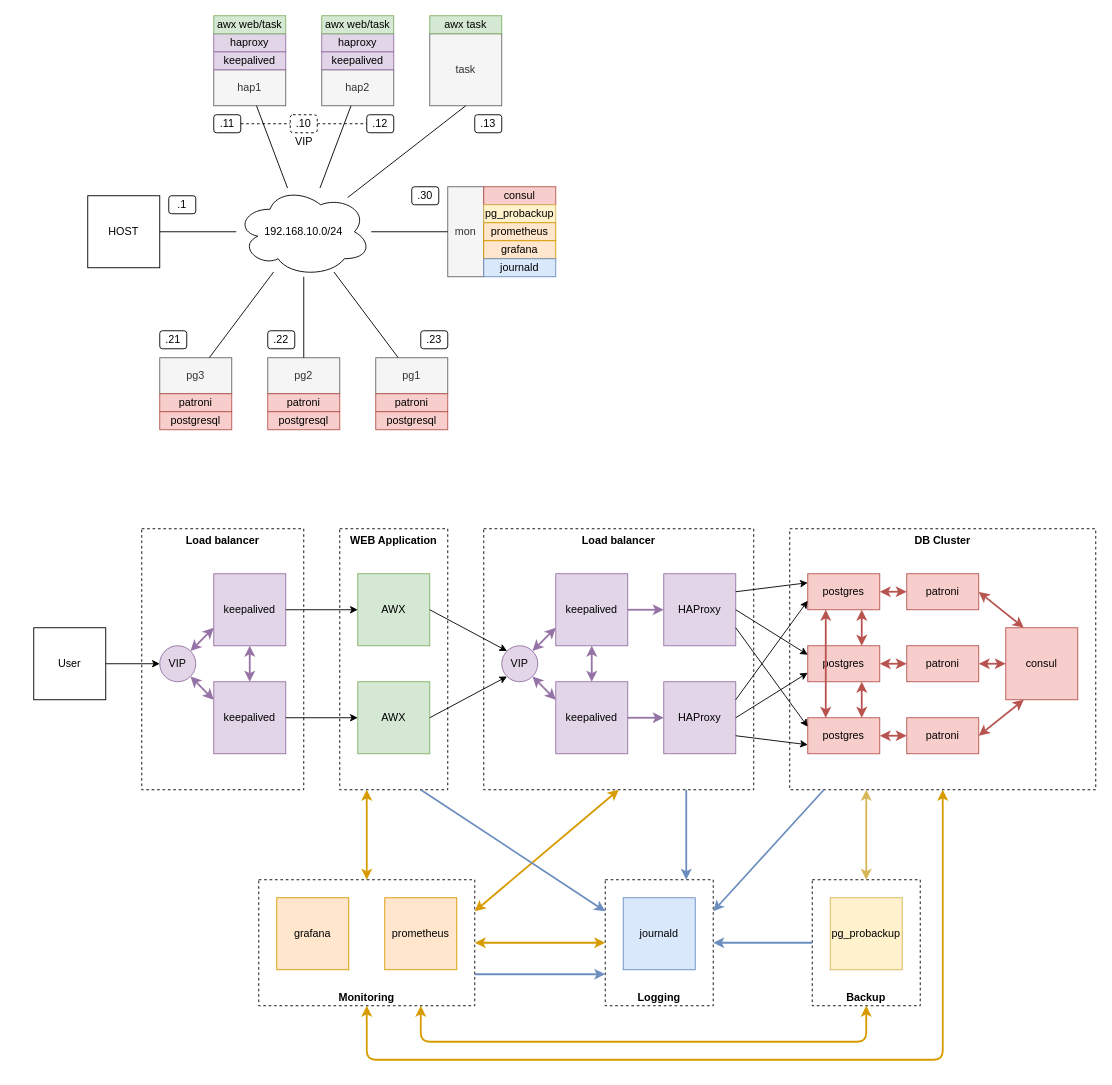
The draw.io diagram project/diagrams.drawio in gs1571/otus-linux, before the edit. Source tidied: cells renumbered, new cells numbered last; positions are measured from the earlier drawing's top-left corner, leaving out a move shared by most shapes. Both pictures are drawn from the tidied source at 90%, with x=0, y=0 at pixel (33, 15).
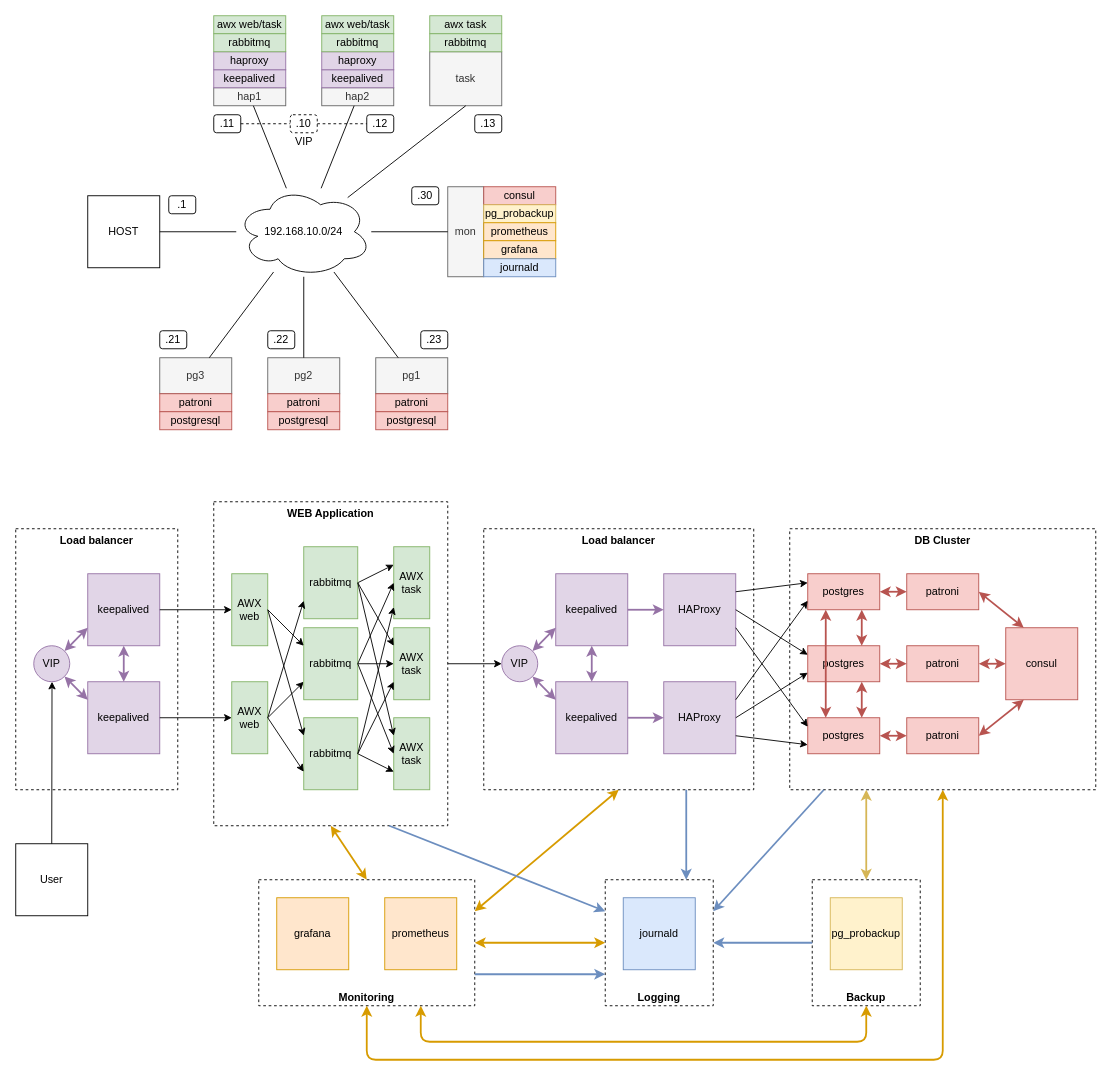
The same page after the edit.

Unchanged cells that the change refers to:
```xml
<mxCell id="49" value="Monitoring" style="rounded=0;whiteSpace=wrap;html=1;dashed=1;fillColor=none;verticalAlign=bottom;fontStyle=1;" parent="1" vertex="1">
  <mxGeometry x="250" y="960" width="240" height="140" as="geometry" />
</mxCell>
<mxCell id="112" value="VIP" style="ellipse;whiteSpace=wrap;html=1;fillColor=#e1d5e7;strokeColor=#9673a6;" parent="1" vertex="1">
  <mxGeometry x="520" y="700" width="40" height="40" as="geometry" />
</mxCell>
```

What changed in the source:
```diff
@@
     <mxCell id="4" value="hap1" style="rounded=0;whiteSpace=wrap;html=1;fillColor=#f5f5f5;strokeColor=#666666;fontColor=#333333;" parent="1" vertex="1">
-      <mxGeometry x="200" y="60" width="80" height="40" as="geometry" />
+      <mxGeometry x="200" y="80" width="80" height="20" as="geometry" />
     </mxCell>
     <mxCell id="5" value="hap2" style="rounded=0;whiteSpace=wrap;html=1;fillColor=#f5f5f5;strokeColor=#666666;fontColor=#333333;" parent="1" vertex="1">
-      <mxGeometry x="320" y="60" width="80" height="40" as="geometry" />
+      <mxGeometry x="320" y="80" width="80" height="20" as="geometry" />
     </mxCell>
@@
     <mxCell id="33" value="keepalived" style="rounded=0;whiteSpace=wrap;html=1;fillColor=#e1d5e7;strokeColor=#9673a6;" parent="1" vertex="1">
-      <mxGeometry x="200" y="40" width="80" height="20" as="geometry" />
+      <mxGeometry x="200" y="60" width="80" height="20" as="geometry" />
     </mxCell>
     <mxCell id="34" value="keepalived" style="rounded=0;whiteSpace=wrap;html=1;fillColor=#e1d5e7;strokeColor=#9673a6;" parent="1" vertex="1">
-      <mxGeometry x="320" y="40" width="80" height="20" as="geometry" />
+      <mxGeometry x="320" y="60" width="80" height="20" as="geometry" />
     </mxCell>
     <mxCell id="35" value="haproxy" style="rounded=0;whiteSpace=wrap;html=1;fillColor=#e1d5e7;strokeColor=#9673a6;" parent="1" vertex="1">
-      <mxGeometry x="200" y="20" width="80" height="20" as="geometry" />
+      <mxGeometry x="200" y="40" width="80" height="20" as="geometry" />
     </mxCell>
     <mxCell id="36" value="haproxy" style="rounded=0;whiteSpace=wrap;html=1;fillColor=#e1d5e7;strokeColor=#9673a6;" parent="1" vertex="1">
-      <mxGeometry x="320" y="20" width="80" height="20" as="geometry" />
+      <mxGeometry x="320" y="40" width="80" height="20" as="geometry" />
     </mxCell>
@@
     <mxCell id="45" value="Load balancer" style="rounded=0;whiteSpace=wrap;html=1;dashed=1;fillColor=none;verticalAlign=top;fontStyle=1;" parent="1" vertex="1">
-      <mxGeometry x="120" y="570" width="180" height="290" as="geometry" />
+      <mxGeometry x="-20" y="570" width="180" height="290" as="geometry" />
     </mxCell>
     <mxCell id="46" value="WEB Application" style="rounded=0;whiteSpace=wrap;html=1;dashed=1;fillColor=none;verticalAlign=top;fontStyle=1;" parent="1" vertex="1">
-      <mxGeometry x="340" y="570" width="120" height="290" as="geometry" />
+      <mxGeometry x="200" y="540" width="260" height="360" as="geometry" />
     </mxCell>
@@
     <mxCell id="52" value="User" style="rounded=0;whiteSpace=wrap;html=1;" parent="1" vertex="1">
-      <mxGeometry y="680" width="80" height="80" as="geometry" />
+      <mxGeometry x="-20" y="920" width="80" height="80" as="geometry" />
     </mxCell>
     <mxCell id="53" value="keepalived" style="rounded=0;whiteSpace=wrap;html=1;fillColor=#e1d5e7;strokeColor=#9673a6;" parent="1" vertex="1">
-      <mxGeometry x="200" y="740" width="80" height="80" as="geometry" />
+      <mxGeometry x="60" y="740" width="80" height="80" as="geometry" />
     </mxCell>
     <mxCell id="54" value="keepalived" style="rounded=0;whiteSpace=wrap;html=1;fillColor=#e1d5e7;strokeColor=#9673a6;" parent="1" vertex="1">
-      <mxGeometry x="200" y="620" width="80" height="80" as="geometry" />
+      <mxGeometry x="60" y="620" width="80" height="80" as="geometry" />
     </mxCell>
@@
-    <mxCell id="56" style="endArrow=classic;html=1;exitX=1;exitY=0.5;exitDx=0;exitDy=0;" parent="1" edge="1" source="52" target="109">
+    <mxCell id="56" style="endArrow=classic;html=1;exitX=0.5;exitY=0;exitDx=0;exitDy=0;" parent="1" edge="1" source="52" target="109">
       <mxGeometry relative="1" as="geometry" />
     </mxCell>
-    <mxCell id="57" value="AWX" style="rounded=0;whiteSpace=wrap;html=1;fillColor=#d5e8d4;strokeColor=#82b366;" parent="1" vertex="1">
-      <mxGeometry x="360" y="620" width="80" height="80" as="geometry" />
+    <mxCell id="57" value="AWX&lt;br&gt;web" style="rounded=0;whiteSpace=wrap;html=1;fillColor=#d5e8d4;strokeColor=#82b366;" parent="1" vertex="1">
+      <mxGeometry x="220" y="620" width="40" height="80" as="geometry" />
     </mxCell>
-    <mxCell id="58" value="AWX" style="rounded=0;whiteSpace=wrap;html=1;fillColor=#d5e8d4;strokeColor=#82b366;" parent="1" vertex="1">
-      <mxGeometry x="360" y="740" width="80" height="80" as="geometry" />
+    <mxCell id="58" value="AWX&lt;br&gt;web" style="rounded=0;whiteSpace=wrap;html=1;fillColor=#d5e8d4;strokeColor=#82b366;" parent="1" vertex="1">
+      <mxGeometry x="220" y="740" width="40" height="80" as="geometry" />
     </mxCell>
@@
-    <mxCell id="92" style="endArrow=classic;html=1;exitX=0.5;exitY=0;exitDx=0;exitDy=0;entryX=0.25;entryY=1;entryDx=0;entryDy=0;fillColor=#ffe6cc;strokeColor=#d79b00;strokeWidth=2;startArrow=classic;startFill=1;" parent="1" edge="1" source="49" target="46">
+    <mxCell id="92" style="endArrow=classic;html=1;exitX=0.5;exitY=0;exitDx=0;exitDy=0;entryX=0.5;entryY=1;entryDx=0;entryDy=0;fillColor=#ffe6cc;strokeColor=#d79b00;strokeWidth=2;startArrow=classic;startFill=1;" parent="1" edge="1" source="49" target="46">
       <mxGeometry relative="1" as="geometry" />
     </mxCell>
@@
     <mxCell id="105" value="task" style="rounded=0;whiteSpace=wrap;html=1;fillColor=#f5f5f5;strokeColor=#666666;fontColor=#333333;" parent="1" vertex="1">
-      <mxGeometry x="440" y="20" width="80" height="80" as="geometry" />
+      <mxGeometry x="440" y="40" width="80" height="60" as="geometry" />
     </mxCell>
@@
     <mxCell id="109" value="VIP" style="ellipse;whiteSpace=wrap;html=1;fillColor=#e1d5e7;strokeColor=#9673a6;" parent="1" vertex="1">
-      <mxGeometry x="140" y="700" width="40" height="40" as="geometry" />
+      <mxGeometry y="700" width="40" height="40" as="geometry" />
     </mxCell>
@@
-    <mxCell id="115" style="endArrow=classic;html=1;exitX=1;exitY=0.5;exitDx=0;exitDy=0;entryX=0;entryY=0;entryDx=0;entryDy=0;" parent="1" edge="1" source="57" target="112">
+    <mxCell id="115" style="endArrow=classic;html=1;exitX=1;exitY=0.5;exitDx=0;exitDy=0;entryX=0;entryY=0.25;entryDx=0;entryDy=0;" parent="1" edge="1" source="117" target="124">
       <mxGeometry relative="1" as="geometry" />
     </mxCell>
-    <mxCell id="116" style="endArrow=classic;html=1;exitX=1;exitY=0.5;exitDx=0;exitDy=0;entryX=0;entryY=1;entryDx=0;entryDy=0;" parent="1" edge="1" source="58" target="112">
+    <mxCell id="116" style="endArrow=classic;html=1;exitX=1;exitY=0.5;exitDx=0;exitDy=0;entryX=0;entryY=0.75;entryDx=0;entryDy=0;" parent="1" edge="1" source="58" target="118">
       <mxGeometry relative="1" as="geometry" />
     </mxCell>
+    <mxCell id="117" value="rabbitmq" style="rounded=0;whiteSpace=wrap;html=1;fillColor=#d5e8d4;strokeColor=#82b366;" parent="1" vertex="1">
+      <mxGeometry x="300" y="590" width="60" height="80" as="geometry" />
+    </mxCell>
+    <mxCell id="118" value="rabbitmq" style="rounded=0;whiteSpace=wrap;html=1;fillColor=#d5e8d4;strokeColor=#82b366;" parent="1" vertex="1">
+      <mxGeometry x="300" y="680" width="60" height="80" as="geometry" />
+    </mxCell>
+    <mxCell id="119" value="rabbitmq" style="rounded=0;whiteSpace=wrap;html=1;fillColor=#d5e8d4;strokeColor=#82b366;" parent="1" vertex="1">
+      <mxGeometry x="300" y="780" width="60" height="80" as="geometry" />
+    </mxCell>
+    <mxCell id="120" style="endArrow=classic;html=1;exitX=1;exitY=0.5;exitDx=0;exitDy=0;entryX=0;entryY=0.25;entryDx=0;entryDy=0;" parent="1" edge="1" source="57" target="118">
+      <mxGeometry relative="1" as="geometry" />
+    </mxCell>
+    <mxCell id="121" style="endArrow=classic;html=1;exitX=1;exitY=0.5;exitDx=0;exitDy=0;entryX=0;entryY=0.25;entryDx=0;entryDy=0;" parent="1" edge="1" source="57" target="119">
+      <mxGeometry relative="1" as="geometry" />
+    </mxCell>
+    <mxCell id="122" style="endArrow=classic;html=1;exitX=1;exitY=0.5;exitDx=0;exitDy=0;entryX=0;entryY=0.75;entryDx=0;entryDy=0;" parent="1" edge="1" source="58" target="117">
+      <mxGeometry relative="1" as="geometry" />
+    </mxCell>
+    <mxCell id="123" style="endArrow=classic;html=1;exitX=1;exitY=0.5;exitDx=0;exitDy=0;entryX=0;entryY=0.75;entryDx=0;entryDy=0;" parent="1" edge="1" source="58" target="119">
+      <mxGeometry relative="1" as="geometry" />
+    </mxCell>
+    <mxCell id="124" value="AWX&lt;br&gt;task" style="rounded=0;whiteSpace=wrap;html=1;fillColor=#d5e8d4;strokeColor=#82b366;" parent="1" vertex="1">
+      <mxGeometry x="400" y="590" width="40" height="80" as="geometry" />
+    </mxCell>
+    <mxCell id="125" value="AWX&lt;br&gt;task" style="rounded=0;whiteSpace=wrap;html=1;fillColor=#d5e8d4;strokeColor=#82b366;" parent="1" vertex="1">
+      <mxGeometry x="400" y="680" width="40" height="80" as="geometry" />
+    </mxCell>
+    <mxCell id="126" value="AWX&lt;br&gt;task" style="rounded=0;whiteSpace=wrap;html=1;fillColor=#d5e8d4;strokeColor=#82b366;" parent="1" vertex="1">
+      <mxGeometry x="400" y="780" width="40" height="80" as="geometry" />
+    </mxCell>
+    <mxCell id="127" style="endArrow=classic;html=1;exitX=1;exitY=0.5;exitDx=0;exitDy=0;entryX=0;entryY=0.25;entryDx=0;entryDy=0;" parent="1" edge="1" source="117" target="125">
+      <mxGeometry relative="1" as="geometry" />
+    </mxCell>
+    <mxCell id="128" style="endArrow=classic;html=1;exitX=1;exitY=0.5;exitDx=0;exitDy=0;entryX=0;entryY=0.25;entryDx=0;entryDy=0;" parent="1" edge="1" source="117" target="126">
+      <mxGeometry relative="1" as="geometry" />
+    </mxCell>
+    <mxCell id="129" style="endArrow=classic;html=1;exitX=1;exitY=0.5;exitDx=0;exitDy=0;entryX=0;entryY=0.5;entryDx=0;entryDy=0;" parent="1" edge="1" source="118" target="124">
+      <mxGeometry relative="1" as="geometry" />
+    </mxCell>
+    <mxCell id="130" style="endArrow=classic;html=1;exitX=1;exitY=0.5;exitDx=0;exitDy=0;entryX=0;entryY=0.5;entryDx=0;entryDy=0;" parent="1" edge="1" source="118" target="125">
+      <mxGeometry relative="1" as="geometry" />
+    </mxCell>
+    <mxCell id="131" style="endArrow=classic;html=1;exitX=1;exitY=0.5;exitDx=0;exitDy=0;entryX=0;entryY=0.5;entryDx=0;entryDy=0;" parent="1" edge="1" source="118" target="126">
+      <mxGeometry relative="1" as="geometry" />
+    </mxCell>
+    <mxCell id="132" style="endArrow=classic;html=1;exitX=1;exitY=0.5;exitDx=0;exitDy=0;entryX=0;entryY=0.838;entryDx=0;entryDy=0;entryPerimeter=0;" parent="1" edge="1" source="119" target="124">
+      <mxGeometry relative="1" as="geometry" />
+    </mxCell>
+    <mxCell id="133" style="endArrow=classic;html=1;exitX=1;exitY=0.5;exitDx=0;exitDy=0;entryX=0;entryY=0.75;entryDx=0;entryDy=0;" parent="1" edge="1" source="119" target="125">
+      <mxGeometry relative="1" as="geometry" />
+    </mxCell>
+    <mxCell id="134" style="endArrow=classic;html=1;exitX=1;exitY=0.5;exitDx=0;exitDy=0;entryX=0;entryY=0.75;entryDx=0;entryDy=0;" parent="1" edge="1" source="119" target="126">
+      <mxGeometry relative="1" as="geometry" />
+    </mxCell>
+    <mxCell id="135" style="endArrow=classic;html=1;exitX=1;exitY=0.5;exitDx=0;exitDy=0;entryX=0;entryY=0.5;entryDx=0;entryDy=0;" parent="1" edge="1" source="46" target="112">
+      <mxGeometry relative="1" as="geometry" />
+    </mxCell>
+    <mxCell id="136" value="rabbitmq" style="rounded=0;whiteSpace=wrap;html=1;fillColor=#d5e8d4;strokeColor=#82b366;" parent="1" vertex="1">
+      <mxGeometry x="200" y="20" width="80" height="20" as="geometry" />
+    </mxCell>
+    <mxCell id="137" value="rabbitmq" style="rounded=0;whiteSpace=wrap;html=1;fillColor=#d5e8d4;strokeColor=#82b366;" parent="1" vertex="1">
+      <mxGeometry x="320" y="20" width="80" height="20" as="geometry" />
+    </mxCell>
+    <mxCell id="138" value="rabbitmq" style="rounded=0;whiteSpace=wrap;html=1;fillColor=#d5e8d4;strokeColor=#82b366;" parent="1" vertex="1">
+      <mxGeometry x="440" y="20" width="80" height="20" as="geometry" />
+    </mxCell>
```
